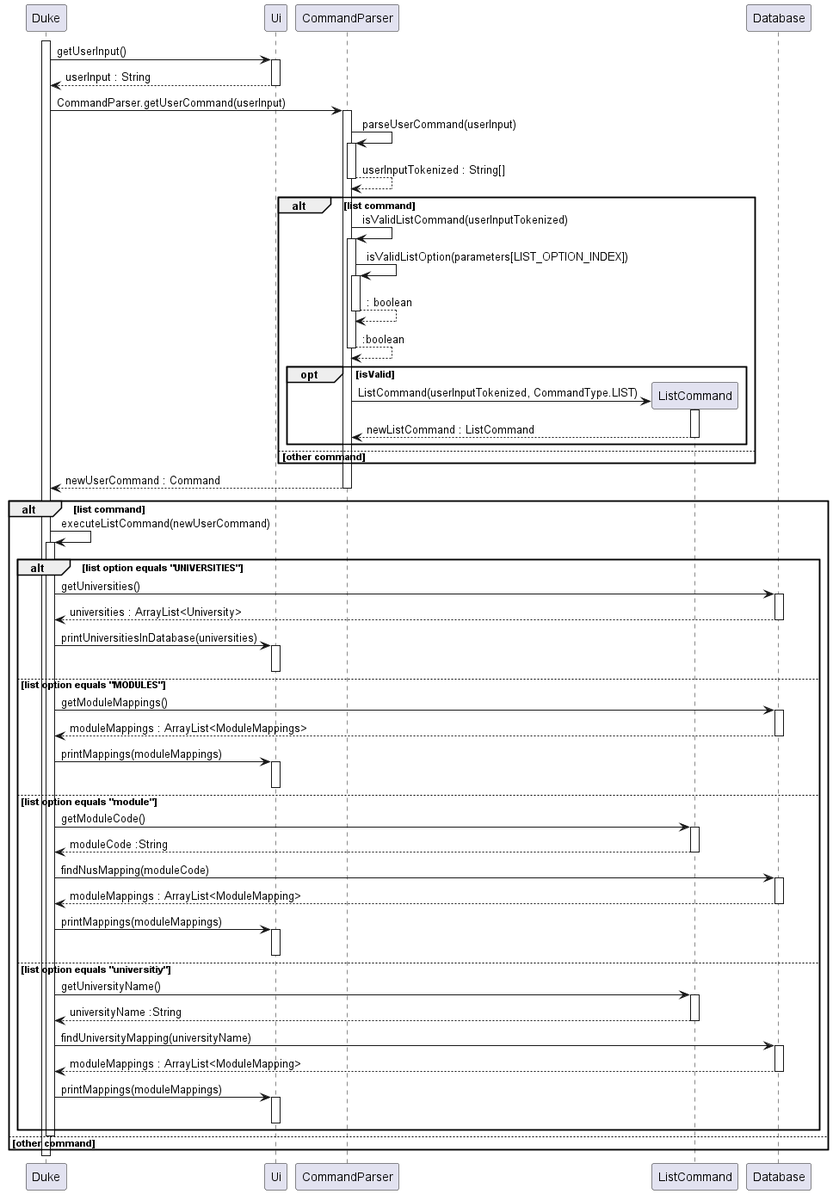
The PlantUML diagram docs/images/ListCommand_Sequence.png in nus-cs2113-AY2223S1/tp, before a commit.
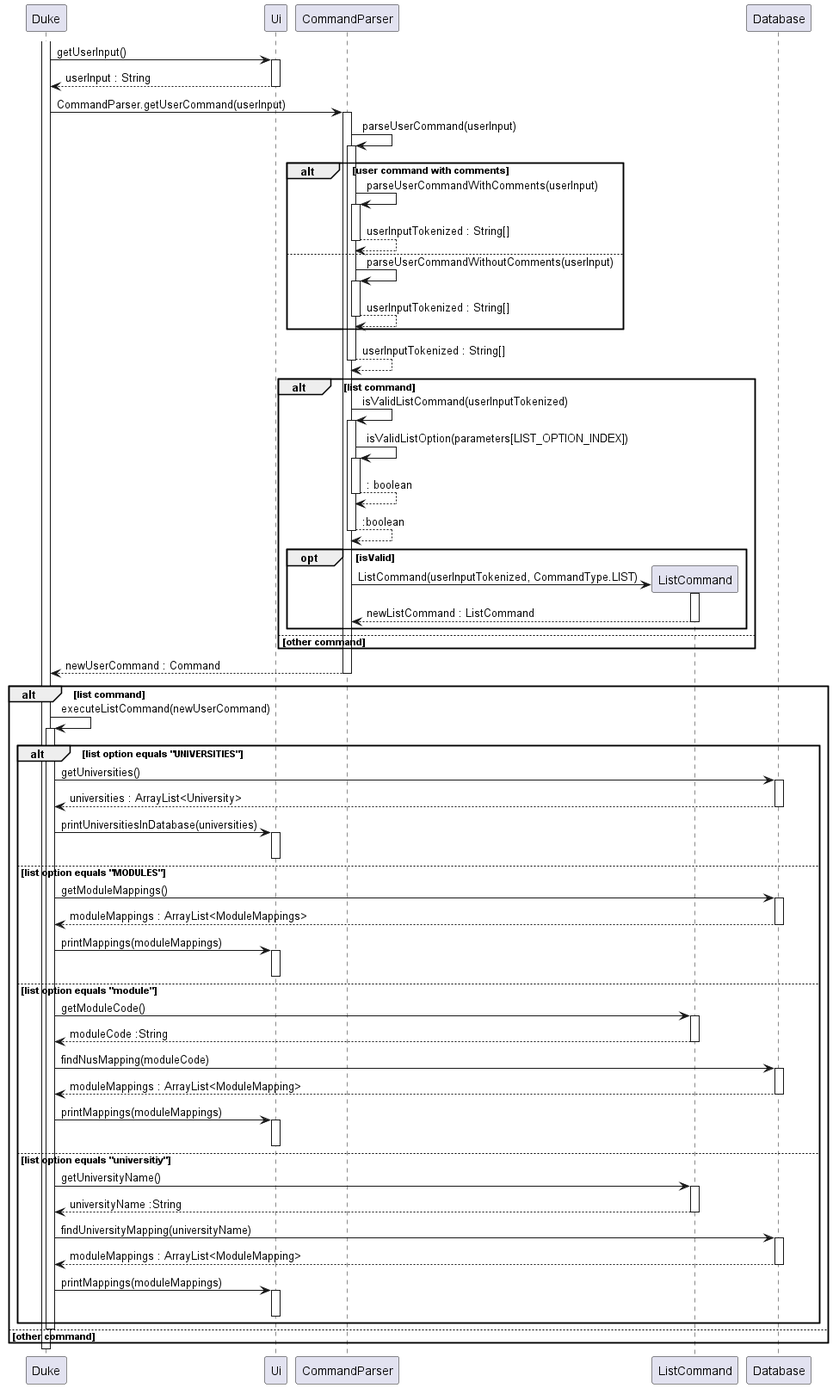
Later version of the same file.

Change to the diagram source:
```diff
@@ -9,8 +9,25 @@
 
 Duke -> CommandParser : CommandParser.getUserCommand(userInput)
 activate CommandParser
+
 CommandParser -> CommandParser : parseUserCommand(userInput)
 activate CommandParser
+
+alt user command with comments
+    CommandParser -> CommandParser : parseUserCommandWithComments(userInput)
+    activate CommandParser
+
+    CommandParser --> CommandParser : userInputTokenized : String[]
+    deactivate CommandParser
+
+else
+    CommandParser -> CommandParser : parseUserCommandWithoutComments(userInput)
+    activate CommandParser
+
+    CommandParser --> CommandParser : userInputTokenized : String[]
+    deactivate CommandParser
+end
+
 CommandParser --> CommandParser : userInputTokenized : String[]
 deactivate CommandParser
 
```
